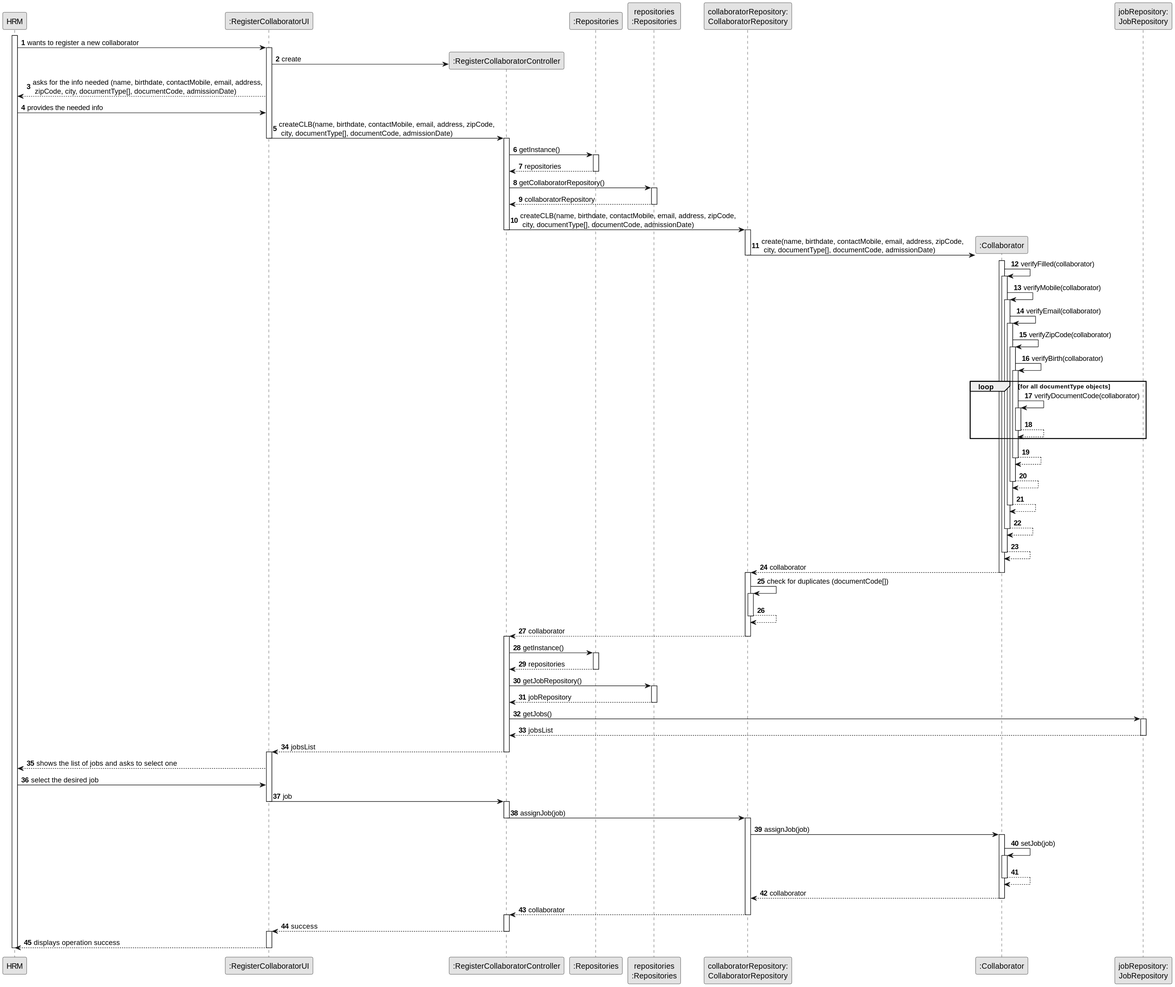
ricardomm7/leaflink keeps this PlantUML diagram as docs/sprintB/us003/03.design/svg/us003-sequence-diagram-full.svg. Above is the earlier version.
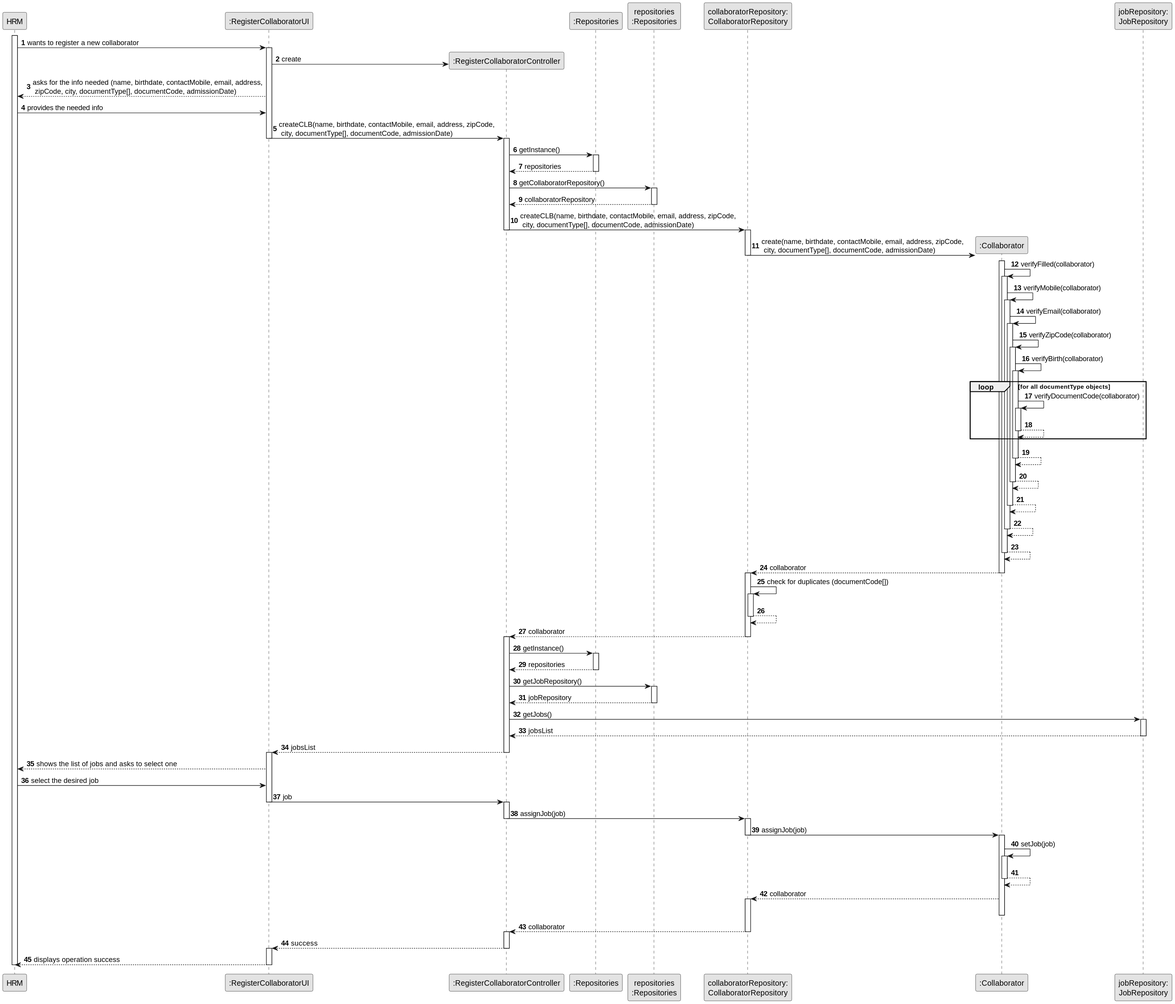
The same file after the commit.

What changed in the source:
```diff
@@ -16,11 +16,16 @@
 
 
 activate HRM
+
 HRM -> UI : wants to register a new collaborator
 activate UI
+
 UI -> CTRL** : create
+
 UI --> HRM : asks for the info needed (name, birthdate, contactMobile, email, address,\n zipCode, city, documentType[], documentCode, admissionDate)
+
 HRM -> UI : provides the needed info
+
 UI -> CTRL : createCLB(name, birthdate, contactMobile, email, address, zipCode,\n city, documentType[], documentCode, admissionDate)
 deactivate UI
 activate CTRL
@@ -95,8 +100,11 @@
 CTRL -->UI : jobsList
 deactivate CTRL
 activate UI
+
 UI --> HRM : shows the list of jobs and asks to select one
+
 HRM -> UI : select the desired job
+
 UI -> CTRL : job
 deactivate UI
 activate CTRL
@@ -107,13 +115,19 @@
 activate CLBREP
 
 CLBREP -> CLB : assignJob(job)
+deactivate CLBREP
 activate CLB
+
 CLB -> CLB : setJob(job)
 activate CLB
+
 CLB --> CLB
 deactivate CLB
+
 CLB --> CLBREP : collaborator
+activate CLBREP
 deactivate CLB
+
 CLBREP --> CTRL : collaborator
 deactivate CLBREP
 activate CTRL
```
